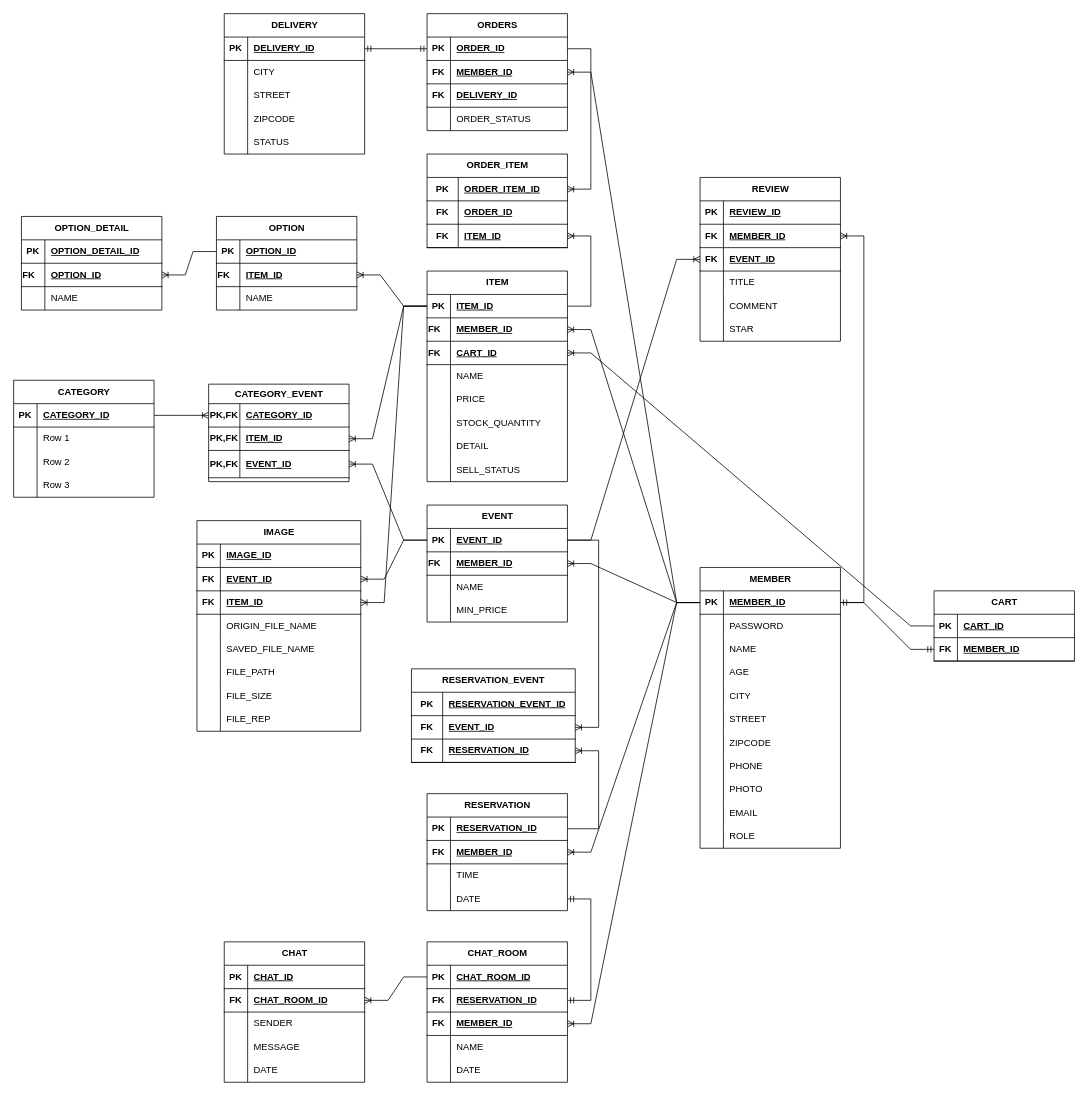
The draw.io diagram EventLinkERD.drawio in leeheeweon/EventLink, before the edit. Source tidied: cells renumbered, new cells numbered last; positions are measured from the earlier drawing's top-left corner, leaving out a move shared by most shapes. Both pictures are drawn from the tidied source at 78%, with x=0, y=0 at pixel (13, 13).
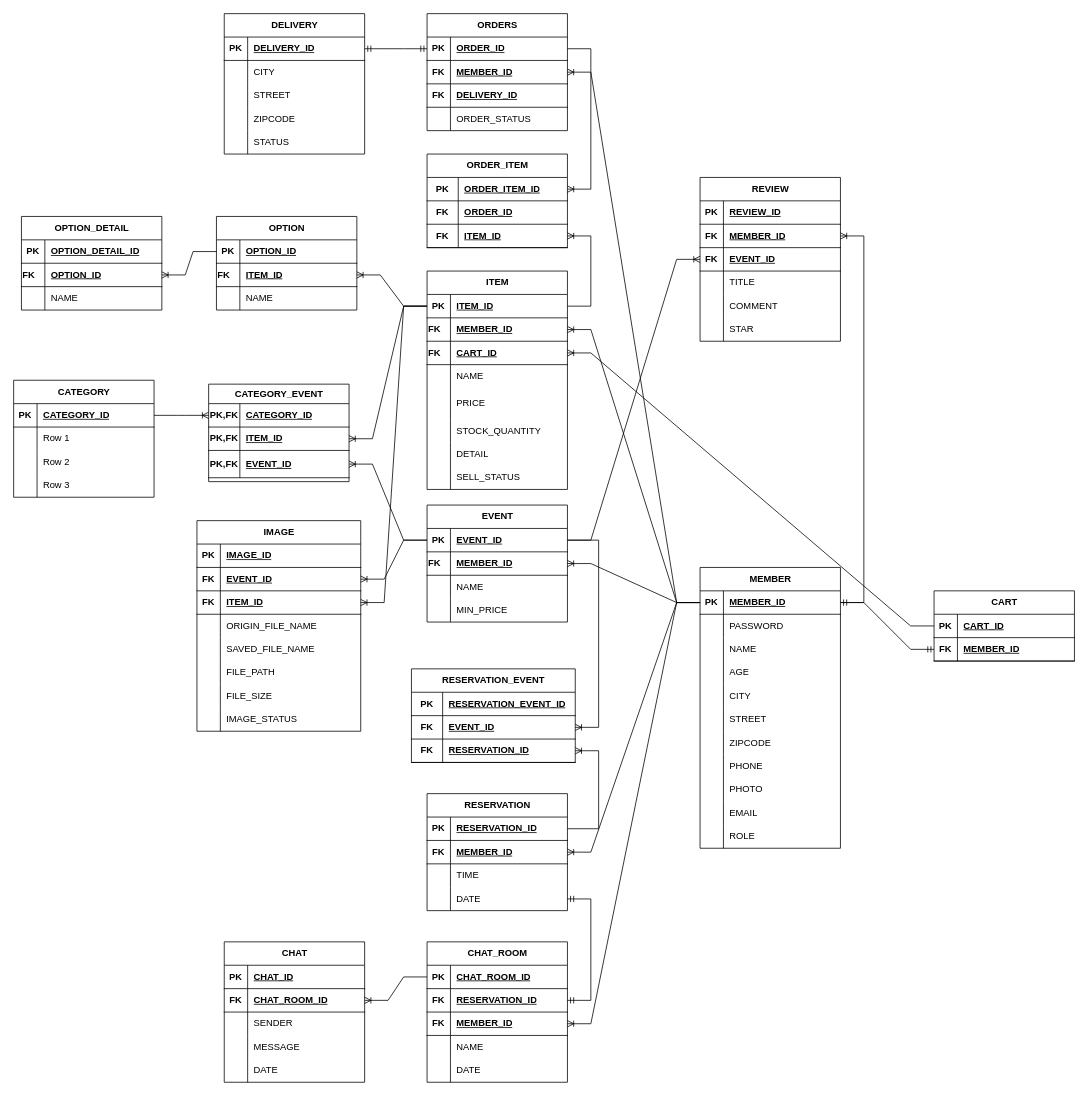
The same diagram, later.

Unchanged cells that the change refers to:
```xml
<mxCell id="169" style="shape=tableRow;horizontal=0;startSize=0;swimlaneHead=0;swimlaneBody=0;fillColor=none;top=0;left=0;right=0;bottom=0;" parent="147" vertex="1">
  <mxGeometry y="240" width="210" height="30" as="geometry" />
</mxCell>
```

The edit, as a diff of the source:
```diff
@@
-    <mxCell id="171" value="FILE_REP" style="shape=partialRectangle;fillColor=none;top=0;left=0;bottom=0;right=0;align=left;spacingLeft=6;overflow=hidden;whiteSpace=wrap;html=1;" parent="169" vertex="1">
-      <mxGeometry x="30" width="180" height="30" as="geometry" />
-    </mxCell>
+    <mxCell id="285" value="IMAGE_STATUS" style="shape=partialRectangle;fillColor=none;top=0;left=0;bottom=0;right=0;align=left;spacingLeft=6;overflow=hidden;whiteSpace=wrap;html=1;" parent="169" vertex="1">
+      <mxGeometry x="30" width="180" height="30" as="geometry" />
+    </mxCell>
@@
     <mxCell id="173" value="ITEM" style="shape=table;startSize=30;childLayout=tableLayout;rowLines=0;fontStyle=1;align=center;html=1;" parent="1" vertex="1">
-      <mxGeometry x="530" y="330" width="180" height="270" as="geometry" />
+      <mxGeometry x="530" y="330" width="180" height="280" as="geometry" />
     </mxCell>
@@
     <mxCell id="186" style="shape=tableRow;horizontal=0;startSize=0;swimlaneHead=0;swimlaneBody=0;fillColor=none;top=0;left=0;right=0;bottom=0;" parent="173" vertex="1">
-      <mxGeometry y="150" width="180" height="30" as="geometry" />
+      <mxGeometry y="150" width="180" height="40" as="geometry" />
     </mxCell>
     <mxCell id="187" style="shape=partialRectangle;fillColor=none;top=0;left=0;bottom=0;right=0;overflow=hidden;whiteSpace=wrap;html=1;" parent="186" vertex="1">
-      <mxGeometry width="30" height="30" as="geometry" />
+      <mxGeometry width="30" height="40" as="geometry" />
     </mxCell>
     <mxCell id="188" value="PRICE" style="shape=partialRectangle;fillColor=none;top=0;left=0;bottom=0;right=0;align=left;spacingLeft=6;overflow=hidden;whiteSpace=wrap;html=1;" parent="186" vertex="1">
-      <mxGeometry x="30" width="150" height="30" as="geometry" />
+      <mxGeometry x="30" width="150" height="40" as="geometry" />
     </mxCell>
     <mxCell id="189" style="shape=tableRow;horizontal=0;startSize=0;swimlaneHead=0;swimlaneBody=0;fillColor=none;top=0;left=0;right=0;bottom=0;" parent="173" vertex="1">
-      <mxGeometry y="180" width="180" height="30" as="geometry" />
+      <mxGeometry y="190" width="180" height="30" as="geometry" />
     </mxCell>
@@
     <mxCell id="192" style="shape=tableRow;horizontal=0;startSize=0;swimlaneHead=0;swimlaneBody=0;fillColor=none;top=0;left=0;right=0;bottom=0;" parent="173" vertex="1">
-      <mxGeometry y="210" width="180" height="30" as="geometry" />
+      <mxGeometry y="220" width="180" height="30" as="geometry" />
     </mxCell>
@@
     <mxCell id="195" style="shape=tableRow;horizontal=0;startSize=0;swimlaneHead=0;swimlaneBody=0;fillColor=none;top=0;left=0;right=0;bottom=0;" parent="173" vertex="1">
-      <mxGeometry y="240" width="180" height="30" as="geometry" />
+      <mxGeometry y="250" width="180" height="30" as="geometry" />
     </mxCell>
```
